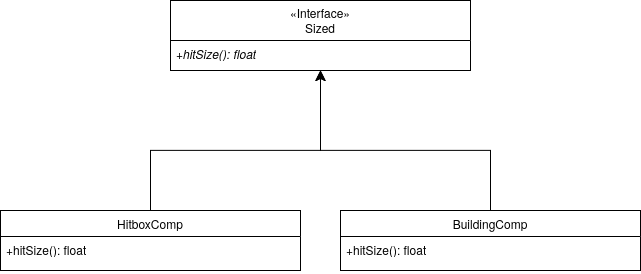
Above: SE202526/Milestone2/DesignPatterns/ManuelOliveira/Assets/Strategy_diagram.png in gabits17/Mindustry-Add-ons-SE-Project (draw.io), before the change. Source tidied: cells renumbered, new cells last; positions are measured from the earlier drawing's top-left corner, leaving out a move shared by most shapes.
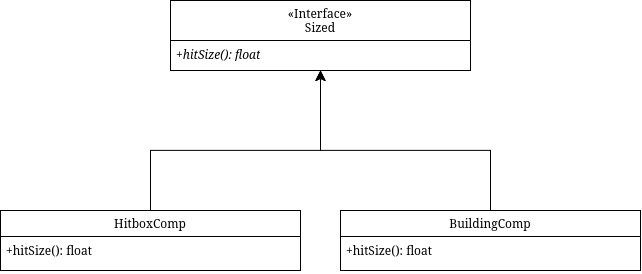
After the change.

The edit, as a diff of the source:
```diff
@@ -19,23 +19,23 @@
     <mxCell id="5" value="HitboxComp" style="swimlane;fontStyle=0;horizontal=1;startSize=26;fillColor=none;whiteSpace=wrap;html=1;" parent="1" vertex="1">
       <mxGeometry y="210" width="300" height="60" as="geometry" />
     </mxCell>
-    <mxCell id="6" value="+hitSize(): float" style="text;strokeColor=none;fillColor=none;align=left;verticalAlign=top;spacingLeft=4;spacingRight=4;overflow=hidden;whiteSpace=wrap;html=1;" parent="5" vertex="1">
-      <mxGeometry y="26" width="300" height="34" as="geometry" />
-    </mxCell>
+    <mxCell id="10" value="+hitSize(): float" style="text;strokeColor=none;fillColor=none;align=left;verticalAlign=top;spacingLeft=4;spacingRight=4;overflow=hidden;whiteSpace=wrap;html=1;" parent="5" vertex="1">
+      <mxGeometry y="26" width="300" height="34" as="geometry" />
+    </mxCell>
     <mxCell id="7" value="BuildingComp" style="swimlane;fontStyle=0;horizontal=1;startSize=26;fillColor=none;whiteSpace=wrap;html=1;" parent="1" vertex="1">
       <mxGeometry x="340" y="210" width="300" height="60" as="geometry" />
     </mxCell>
-    <mxCell id="8" value="+hitSize(): float" style="text;strokeColor=none;fillColor=none;align=left;verticalAlign=top;spacingLeft=4;spacingRight=4;overflow=hidden;whiteSpace=wrap;html=1;" parent="7" vertex="1">
-      <mxGeometry y="26" width="300" height="34" as="geometry" />
-    </mxCell>
-    <mxCell id="9" style="edgeStyle=orthogonalEdgeStyle;rounded=0;jettySize=auto;html=1;fontSize=12;startSize=8;endSize=8;exitX=0.5;exitY=0;exitDx=0;exitDy=0;" parent="1" edge="1" source="7">
-      <mxGeometry relative="1" as="geometry">
-        <mxPoint x="320" y="70" as="targetPoint" />
-        <Array as="points">
-          <mxPoint x="490" y="150" />
-          <mxPoint x="320" y="150" />
-        </Array>
-      </mxGeometry>
-    </mxCell>
+    <mxCell id="11" value="+hitSize(): float" style="text;strokeColor=none;fillColor=none;align=left;verticalAlign=top;spacingLeft=4;spacingRight=4;overflow=hidden;whiteSpace=wrap;html=1;" parent="7" vertex="1">
+      <mxGeometry y="26" width="300" height="34" as="geometry" />
+    </mxCell>
+    <mxCell id="12" style="edgeStyle=orthogonalEdgeStyle;rounded=0;jettySize=auto;html=1;fontSize=12;startSize=8;endSize=8;exitX=0.5;exitY=0;exitDx=0;exitDy=0;" parent="1" edge="1" source="7">
+      <mxGeometry relative="1" as="geometry">
+        <mxPoint x="320" y="70" as="targetPoint" />
+        <Array as="points">
+          <mxPoint x="490" y="150" />
+          <mxPoint x="320" y="150" />
+        </Array>
+      </mxGeometry>
+    </mxCell>
   </root>
 </mxGraphModel>
```
